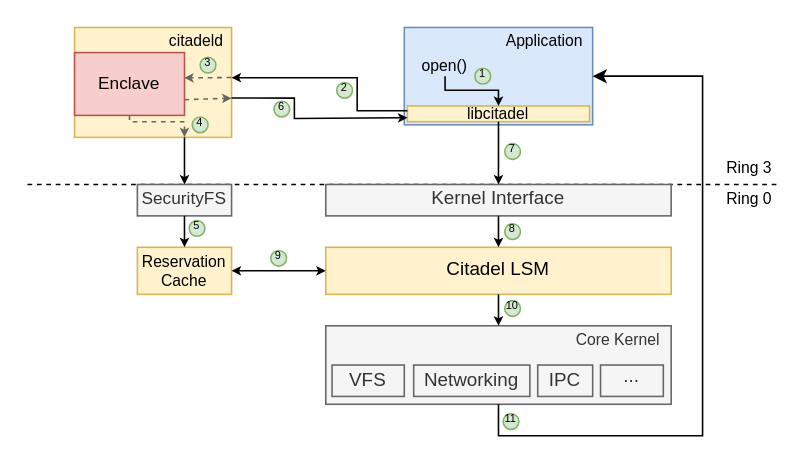
Before: figures/drawio/OverallArchitecture.drawio in bellthomas/part3-dissertation, a draw.io diagram. Source tidied: cells renumbered, new cells numbered last; positions are measured from the earlier drawing's top-left corner, leaving out a move shared by most shapes. Both pictures are drawn from the tidied source at 157%, with x=0, y=0 at pixel (27, 27).
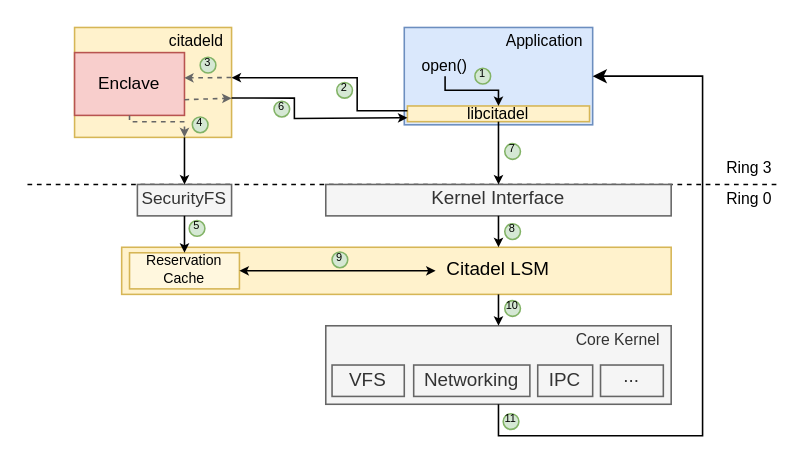
The same diagram, later.

Diff of the diagram source:
```diff
@@
+    <mxCell id="43" style="rounded=0;whiteSpace=wrap;html=1;fillColor=#fff2cc;fontSize=9;strokeColor=#d6b656;" parent="1" vertex="1">
+      <mxGeometry x="60" y="140" width="350" height="30" as="geometry" />
+    </mxCell>
@@
-    <mxCell id="6" value="Citadel LSM" style="rounded=0;whiteSpace=wrap;html=1;fontFamily=Linux Libertine O;spacingBottom=2;fillColor=#fff2cc;strokeColor=#d6b656;" parent="1" vertex="1">
+    <mxCell id="6" value="Citadel LSM" style="rounded=0;whiteSpace=wrap;html=1;fontFamily=Linux Libertine O;spacingBottom=2;fillColor=none;strokeColor=none;" parent="1" vertex="1">
       <mxGeometry x="190" y="140" width="220" height="30" as="geometry" />
     </mxCell>
@@
-    <mxCell id="22" value="Reservation Cache" style="rounded=0;whiteSpace=wrap;html=1;fontFamily=Linux Libertine O;fontSize=10;align=center;fillColor=#fff2cc;strokeColor=#d6b656;" parent="1" vertex="1">
-      <mxGeometry x="70" y="140" width="60" height="30" as="geometry" />
+    <mxCell id="22" value="Reservation Cache" style="rounded=0;whiteSpace=wrap;html=1;fontFamily=Linux Libertine O;fontSize=9;align=center;fillColor=#FFF7DE;strokeColor=#d6b656;spacingBottom=2;" parent="1" vertex="1">
+      <mxGeometry x="65" y="143.5" width="70" height="23" as="geometry" />
     </mxCell>
@@
-    <mxCell id="25" style="endArrow=classic;startArrow=classic;html=1;fontFamily=Linux Libertine O;fontSize=11;exitX=1;exitY=0.5;exitDx=0;exitDy=0;entryX=0;entryY=0.5;entryDx=0;entryDy=0;endSize=3;startSize=3;" parent="1" edge="1" source="22" target="6">
+    <mxCell id="25" style="endArrow=classic;startArrow=classic;html=1;fontFamily=Linux Libertine O;fontSize=11;exitX=1;exitY=0.5;exitDx=0;exitDy=0;endSize=3;startSize=3;entryX=0.318;entryY=0.5;entryDx=0;entryDy=0;entryPerimeter=0;" parent="1" edge="1" source="22" target="6">
       <mxGeometry relative="1" as="geometry" />
     </mxCell>
@@
     <mxCell id="34" value="9" style="ellipse;whiteSpace=wrap;html=1;fontFamily=Linux Libertine O;fontSize=7;align=center;fillColor=#d5e8d4;strokeColor=#82b366;spacingBottom=2;" parent="1" vertex="1">
-      <mxGeometry x="155" y="142" width="10" height="10" as="geometry" />
+      <mxGeometry x="194" y="143" width="10" height="10" as="geometry" />
     </mxCell>
```
